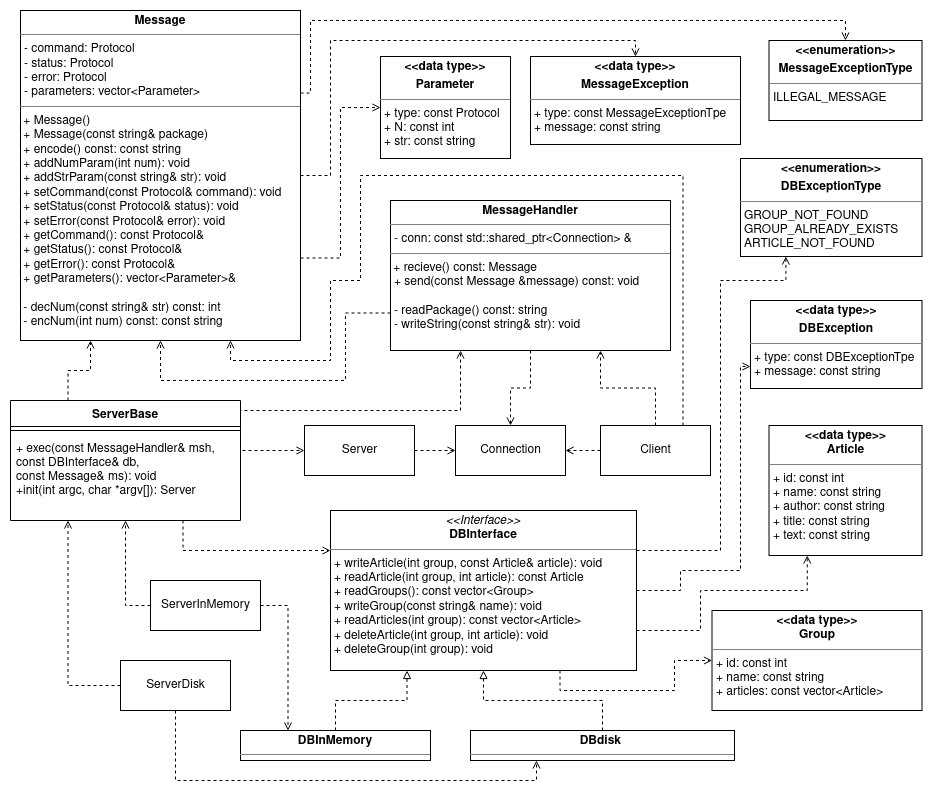
The draw.io diagram mu1664al-s/UMLCPP.png in mu1664al-s/EDAF50_CPPProject, before a commit. Source tidied: cells renumbered, new cells last; positions are measured from the earlier drawing's top-left corner, leaving out a move shared by most shapes.
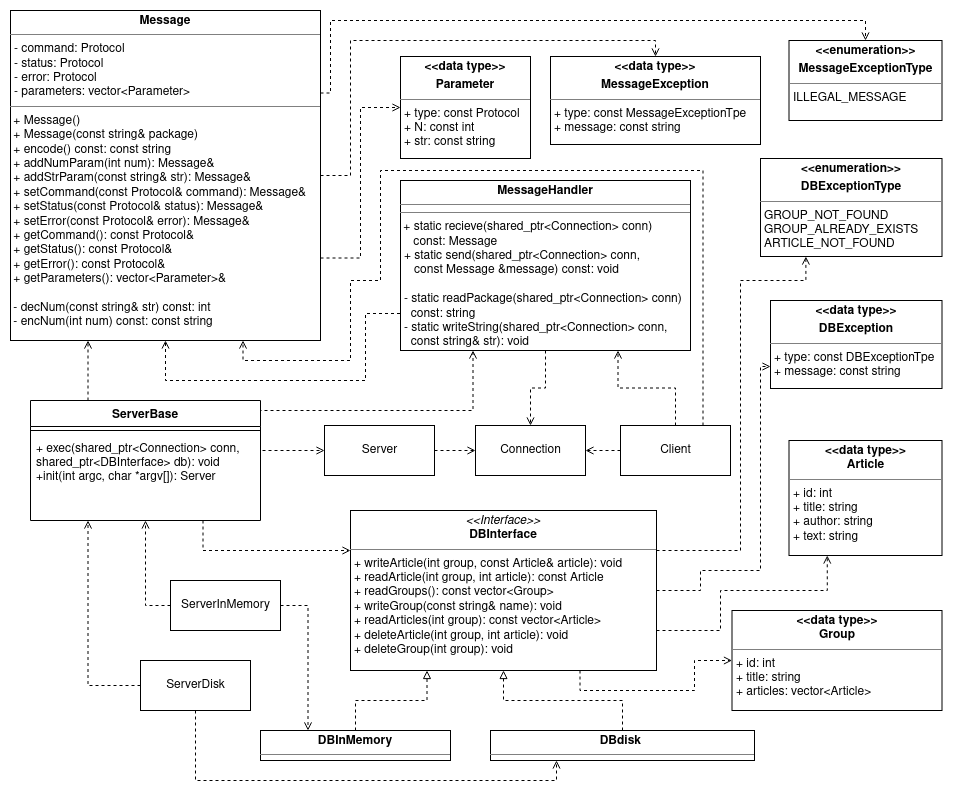
Later version of the same file.

Diff of the diagram source:
```diff
@@ -10,12 +10,12 @@
         <Array as="points">
           <mxPoint x="335" y="303" />
           <mxPoint x="335" y="370" />
-          <mxPoint x="150" y="370" />
+          <mxPoint x="135" y="370" />
         </Array>
       </mxGeometry>
     </mxCell>
-    <mxCell id="4" value="&lt;p style=&quot;margin: 0px ; margin-top: 4px ; text-align: center&quot;&gt;&lt;b&gt;MessageHandler&lt;/b&gt;&lt;/p&gt;&lt;hr size=&quot;1&quot;&gt;&lt;p style=&quot;margin: 0px ; margin-left: 4px&quot;&gt;- conn: const std::shared_ptr&amp;lt;Connection&amp;gt; &amp;amp;&lt;br&gt;&lt;/p&gt;&lt;hr size=&quot;1&quot;&gt;&amp;nbsp;+ recieve() const: Message&lt;p style=&quot;margin: 0px 0px 0px 4px&quot;&gt;+ send(const Message &amp;amp;message) const: void &lt;/p&gt;&lt;p style=&quot;margin: 0px 0px 0px 4px&quot;&gt;&lt;br&gt;&lt;/p&gt;&lt;p style=&quot;margin: 0px 0px 0px 4px&quot;&gt;- readPackage() const: string&lt;/p&gt;&lt;p style=&quot;margin: 0px 0px 0px 4px&quot;&gt;- writeString(const string&amp;amp; str): void&lt;br&gt;&lt;/p&gt;" style="verticalAlign=top;align=left;overflow=fill;fontSize=12;fontFamily=Helvetica;html=1;" parent="1" vertex="1">
-      <mxGeometry x="380" y="190" width="280" height="150" as="geometry" />
+    <mxCell id="4" value="&lt;p style=&quot;margin: 0px ; margin-top: 4px ; text-align: center&quot;&gt;&lt;b&gt;MessageHandler&lt;/b&gt;&lt;/p&gt;&lt;hr size=&quot;1&quot;&gt;&lt;hr size=&quot;1&quot;&gt;&lt;div&gt;&amp;nbsp;+ static recieve(shared_ptr&amp;lt;Connection&amp;gt; conn) &lt;br&gt;&lt;/div&gt;&lt;div&gt;&amp;nbsp;&amp;nbsp;&amp;nbsp; const: Message&lt;/div&gt;&lt;p style=&quot;margin: 0px 0px 0px 4px&quot;&gt;+ static send(shared_ptr&amp;lt;Connection&amp;gt; conn, &lt;br&gt;&lt;/p&gt;&lt;p style=&quot;margin: 0px 0px 0px 4px&quot;&gt;&amp;nbsp;&amp;nbsp; const Message &amp;amp;message) const: void &lt;/p&gt;&lt;p style=&quot;margin: 0px 0px 0px 4px&quot;&gt;&lt;br&gt;&lt;/p&gt;&lt;p style=&quot;margin: 0px 0px 0px 4px&quot;&gt;- static readPackage(shared_ptr&amp;lt;Connection&amp;gt; conn)&lt;/p&gt;&lt;p style=&quot;margin: 0px 0px 0px 4px&quot;&gt;&amp;nbsp; const: string&lt;/p&gt;&lt;p style=&quot;margin: 0px 0px 0px 4px&quot;&gt;- static writeString(shared_ptr&amp;lt;Connection&amp;gt; conn, &lt;br&gt;&lt;/p&gt;&lt;p style=&quot;margin: 0px 0px 0px 4px&quot;&gt;&amp;nbsp; const string&amp;amp; str): void&lt;br&gt;&lt;/p&gt;" style="verticalAlign=top;align=left;overflow=fill;fontSize=12;fontFamily=Helvetica;html=1;" parent="1" vertex="1">
+      <mxGeometry x="370" y="170" width="290" height="170" as="geometry" />
     </mxCell>
     <mxCell id="5" style="edgeStyle=orthogonalEdgeStyle;rounded=0;jettySize=auto;html=1;exitX=0.75;exitY=1;exitDx=0;exitDy=0;entryX=0;entryY=0.5;entryDx=0;entryDy=0;dashed=1;startArrow=none;startFill=0;endArrow=open;endFill=0;" parent="1" edge="1" source="9" target="42">
       <mxGeometry relative="1" as="geometry">
@@ -78,12 +78,12 @@
     <mxCell id="16" style="edgeStyle=orthogonalEdgeStyle;rounded=0;jettySize=auto;html=1;exitX=0.75;exitY=0;exitDx=0;exitDy=0;entryX=0.75;entryY=1;entryDx=0;entryDy=0;dashed=1;startArrow=none;startFill=0;endArrow=open;endFill=0;" parent="1" edge="1" source="17" target="37">
       <mxGeometry relative="1" as="geometry">
         <Array as="points">
-          <mxPoint x="673" y="165" />
-          <mxPoint x="350" y="165" />
+          <mxPoint x="673" y="160" />
+          <mxPoint x="350" y="160" />
           <mxPoint x="350" y="270" />
           <mxPoint x="320" y="270" />
           <mxPoint x="320" y="350" />
-          <mxPoint x="220" y="350" />
+          <mxPoint x="213" y="350" />
         </Array>
       </mxGeometry>
     </mxCell>
@@ -138,7 +138,7 @@
       <mxGeometry relative="1" as="geometry">
         <Array as="points">
           <mxPoint x="230" y="400" />
-          <mxPoint x="450" y="400" />
+          <mxPoint x="443" y="400" />
         </Array>
       </mxGeometry>
     </mxCell>
@@ -148,7 +148,7 @@
     <mxCell id="32" style="line;strokeWidth=1;fillColor=none;align=left;verticalAlign=middle;spacingTop=-1;spacingLeft=3;spacingRight=3;labelPosition=right;" parent="31" vertex="1">
       <mxGeometry y="26" width="230" height="8" as="geometry" />
     </mxCell>
-    <mxCell id="33" value="+ exec(const MessageHandler&amp; msh,&#10;const DBInterface&amp; db, &#10;const Message&amp; ms): void&#10;+init(int argc, char *argv[]): Server&#10;&#10;" style="text;strokeColor=none;fillColor=none;align=left;verticalAlign=top;spacingLeft=4;spacingRight=4;overflow=hidden;" parent="31" vertex="1">
+    <mxCell id="33" value="+ exec(shared_ptr&lt;Connection&gt; conn,&#10;shared_ptr&lt;DBInterface&gt; db): void&#10;+init(int argc, char *argv[]): Server&#10;&#10;" style="text;strokeColor=none;fillColor=none;align=left;verticalAlign=top;spacingLeft=4;spacingRight=4;overflow=hidden;" parent="31" vertex="1">
       <mxGeometry y="34" width="230" height="86" as="geometry" />
     </mxCell>
     <mxCell id="34" style="edgeStyle=orthogonalEdgeStyle;rounded=0;jettySize=auto;html=1;exitX=1;exitY=0.75;exitDx=0;exitDy=0;entryX=0;entryY=0.5;entryDx=0;entryDy=0;dashed=1;startArrow=none;startFill=0;endArrow=open;endFill=0;" parent="1" edge="1" source="37" target="38">
@@ -177,8 +177,8 @@
         </Array>
       </mxGeometry>
     </mxCell>
-    <mxCell id="37" value="&lt;p style=&quot;margin: 0px ; margin-top: 4px ; text-align: center&quot;&gt;&lt;b&gt;Message&lt;/b&gt;&lt;/p&gt;&lt;hr size=&quot;1&quot;&gt;&lt;p style=&quot;margin: 0px ; margin-left: 4px&quot;&gt;- command: Protocol&lt;/p&gt;&lt;p style=&quot;margin: 0px ; margin-left: 4px&quot;&gt;- status: Protocol&lt;/p&gt;&lt;p style=&quot;margin: 0px ; margin-left: 4px&quot;&gt;- error: Protocol&lt;/p&gt;&lt;p style=&quot;margin: 0px ; margin-left: 4px&quot;&gt;- parameters: vector&amp;lt;Parameter&amp;gt;&lt;br&gt;&lt;/p&gt;&lt;hr size=&quot;1&quot;&gt;&lt;div&gt;&amp;nbsp;+ Message()&lt;/div&gt;&lt;div&gt;&amp;nbsp;+ Message(const string&amp;amp; package)&lt;/div&gt;&lt;div&gt;&amp;nbsp;+ encode() const: const string&lt;/div&gt;&lt;div&gt;&amp;nbsp;+ addNumParam(int num): void&lt;/div&gt;&lt;div&gt;&amp;nbsp;+ addStrParam(const string&amp;amp; str): void&lt;/div&gt;&lt;div&gt;&amp;nbsp;+ setCommand(const Protocol&amp;amp; command): void&lt;/div&gt;&lt;div&gt;&amp;nbsp;+ setStatus(const Protocol&amp;amp; status): void&lt;/div&gt;&lt;div&gt;&amp;nbsp;+ setError(const Protocol&amp;amp; error): void&lt;/div&gt;&lt;div&gt;&amp;nbsp;+ getCommand(): const Protocol&amp;amp;&lt;/div&gt;&lt;div&gt;&amp;nbsp;+ getStatus(): const Protocol&amp;amp;&lt;/div&gt;&lt;div&gt;&amp;nbsp;+ getError(): const Protocol&amp;amp;&lt;/div&gt;&lt;div&gt;&amp;nbsp;+ getParameters(): vector&amp;lt;Parameter&amp;gt;&amp;amp;&lt;/div&gt;&lt;div&gt;&lt;br&gt;&lt;/div&gt;&lt;div&gt;&amp;nbsp;- decNum(const string&amp;amp; str) const: int&lt;/div&gt;&lt;div&gt;&amp;nbsp;- encNum(int num) const: const string&lt;br&gt;&lt;/div&gt;" style="verticalAlign=top;align=left;overflow=fill;fontSize=12;fontFamily=Helvetica;html=1;" parent="1" vertex="1">
-      <mxGeometry x="10" width="280" height="330" as="geometry" />
+    <mxCell id="37" value="&lt;p style=&quot;margin: 0px ; margin-top: 4px ; text-align: center&quot;&gt;&lt;b&gt;Message&lt;/b&gt;&lt;/p&gt;&lt;hr size=&quot;1&quot;&gt;&lt;p style=&quot;margin: 0px ; margin-left: 4px&quot;&gt;- command: Protocol&lt;/p&gt;&lt;p style=&quot;margin: 0px ; margin-left: 4px&quot;&gt;- status: Protocol&lt;/p&gt;&lt;p style=&quot;margin: 0px ; margin-left: 4px&quot;&gt;- error: Protocol&lt;/p&gt;&lt;p style=&quot;margin: 0px ; margin-left: 4px&quot;&gt;- parameters: vector&amp;lt;Parameter&amp;gt;&lt;br&gt;&lt;/p&gt;&lt;hr size=&quot;1&quot;&gt;&lt;div&gt;&amp;nbsp;+ Message()&lt;/div&gt;&lt;div&gt;&amp;nbsp;+ Message(const string&amp;amp; package)&lt;/div&gt;&lt;div&gt;&amp;nbsp;+ encode() const: const string&lt;/div&gt;&lt;div&gt;&amp;nbsp;+ addNumParam(int num): Message&amp;amp;&lt;/div&gt;&lt;div&gt;&amp;nbsp;+ addStrParam(const string&amp;amp; str): Message&amp;amp;&lt;/div&gt;&lt;div&gt;&amp;nbsp;+ setCommand(const Protocol&amp;amp; command): Message&amp;amp;&lt;/div&gt;&lt;div&gt;&amp;nbsp;+ setStatus(const Protocol&amp;amp; status): Message&amp;amp;&lt;/div&gt;&lt;div&gt;&amp;nbsp;+ setError(const Protocol&amp;amp; error): Message&amp;amp;&lt;/div&gt;&lt;div&gt;&amp;nbsp;+ getCommand(): const Protocol&amp;amp;&lt;/div&gt;&lt;div&gt;&amp;nbsp;+ getStatus(): const Protocol&amp;amp;&lt;/div&gt;&lt;div&gt;&amp;nbsp;+ getError(): const Protocol&amp;amp;&lt;/div&gt;&lt;div&gt;&amp;nbsp;+ getParameters(): vector&amp;lt;Parameter&amp;gt;&amp;amp;&lt;/div&gt;&lt;div&gt;&lt;br&gt;&lt;/div&gt;&lt;div&gt;&amp;nbsp;- decNum(const string&amp;amp; str) const: int&lt;/div&gt;&lt;div&gt;&amp;nbsp;- encNum(int num) const: const string&lt;br&gt;&lt;/div&gt;" style="verticalAlign=top;align=left;overflow=fill;fontSize=12;fontFamily=Helvetica;html=1;" parent="1" vertex="1">
+      <mxGeometry x="-20" width="310" height="330" as="geometry" />
     </mxCell>
     <mxCell id="38" value="&lt;p style=&quot;margin: 0px ; margin-top: 4px ; text-align: center&quot;&gt;&lt;b&gt;&amp;lt;&amp;lt;data type&amp;gt;&amp;gt;&lt;br&gt;&lt;/b&gt;&lt;/p&gt;&lt;p style=&quot;margin: 0px ; margin-top: 4px ; text-align: center&quot;&gt;&lt;b&gt;Parameter&lt;/b&gt;&lt;/p&gt;&lt;hr size=&quot;1&quot;&gt;&lt;p style=&quot;margin: 0px ; margin-left: 4px&quot;&gt;+ type: const Protocol&lt;/p&gt;&lt;p style=&quot;margin: 0px ; margin-left: 4px&quot;&gt;+ N: const int&lt;/p&gt;&lt;p style=&quot;margin: 0px ; margin-left: 4px&quot;&gt;+ str: const string&lt;br&gt;&lt;/p&gt;&lt;p style=&quot;margin: 0px ; margin-left: 4px&quot;&gt;&lt;br&gt;&lt;/p&gt;&lt;hr size=&quot;1&quot;&gt;" style="verticalAlign=top;align=left;overflow=fill;fontSize=12;fontFamily=Helvetica;html=1;" parent="1" vertex="1">
       <mxGeometry x="370" y="46" width="130" height="102" as="geometry" />
@@ -189,10 +189,10 @@
     <mxCell id="40" value="&lt;p style=&quot;margin: 0px ; margin-top: 4px ; text-align: center&quot;&gt;&lt;b&gt;&amp;lt;&amp;lt;data type&amp;gt;&amp;gt;&lt;br&gt;&lt;/b&gt;&lt;/p&gt;&lt;p style=&quot;margin: 0px ; margin-top: 4px ; text-align: center&quot;&gt;&lt;b&gt;DBException&lt;/b&gt;&lt;br&gt;&lt;/p&gt;&lt;hr size=&quot;1&quot;&gt;&lt;p style=&quot;margin: 0px ; margin-left: 4px&quot;&gt;+ type: const DBExceptionTpe&lt;/p&gt;&lt;p style=&quot;margin: 0px ; margin-left: 4px&quot;&gt;+ message: const string&lt;br&gt;&lt;/p&gt;&lt;p style=&quot;margin: 0px ; margin-left: 4px&quot;&gt;&lt;br&gt;&lt;/p&gt;&lt;hr size=&quot;1&quot;&gt;" style="verticalAlign=top;align=left;overflow=fill;fontSize=12;fontFamily=Helvetica;html=1;" parent="1" vertex="1">
       <mxGeometry x="740" y="290" width="171.5" height="88" as="geometry" />
     </mxCell>
-    <mxCell id="41" value="&lt;p style=&quot;margin: 0px ; margin-top: 4px ; text-align: center&quot;&gt;&lt;b&gt;&amp;lt;&amp;lt;data type&amp;gt;&amp;gt;&lt;br&gt;Article&lt;br&gt;&lt;/b&gt;&lt;/p&gt;&lt;hr size=&quot;1&quot;&gt;&lt;p style=&quot;margin: 0px ; margin-left: 4px&quot;&gt;+ id: const int&lt;/p&gt;&lt;p style=&quot;margin: 0px ; margin-left: 4px&quot;&gt;+ name: const string&lt;br&gt;&lt;/p&gt;&lt;p style=&quot;margin: 0px ; margin-left: 4px&quot;&gt;+ author: const string&lt;/p&gt;&lt;p style=&quot;margin: 0px ; margin-left: 4px&quot;&gt;+ title: const string&lt;/p&gt;&lt;p style=&quot;margin: 0px ; margin-left: 4px&quot;&gt;+ text: const string&lt;/p&gt;&lt;p style=&quot;margin: 0px ; margin-left: 4px&quot;&gt;&lt;br&gt;&lt;/p&gt;&lt;hr size=&quot;1&quot;&gt;" style="verticalAlign=top;align=left;overflow=fill;fontSize=12;fontFamily=Helvetica;html=1;" parent="1" vertex="1">
-      <mxGeometry x="758.5" y="415" width="153" height="130" as="geometry" />
+    <mxCell id="41" value="&lt;p style=&quot;margin: 0px ; margin-top: 4px ; text-align: center&quot;&gt;&lt;b&gt;&amp;lt;&amp;lt;data type&amp;gt;&amp;gt;&lt;br&gt;Article&lt;br&gt;&lt;/b&gt;&lt;/p&gt;&lt;hr size=&quot;1&quot;&gt;&lt;p style=&quot;margin: 0px ; margin-left: 4px&quot;&gt;+ id: int&lt;/p&gt;&lt;p style=&quot;margin: 0px ; margin-left: 4px&quot;&gt;+ title: string&lt;/p&gt;&lt;p style=&quot;margin: 0px ; margin-left: 4px&quot;&gt;+ author: string&lt;/p&gt;&lt;p style=&quot;margin: 0px ; margin-left: 4px&quot;&gt;+ text: string&lt;/p&gt;&lt;p style=&quot;margin: 0px ; margin-left: 4px&quot;&gt;&lt;br&gt;&lt;/p&gt;&lt;hr size=&quot;1&quot;&gt;" style="verticalAlign=top;align=left;overflow=fill;fontSize=12;fontFamily=Helvetica;html=1;" parent="1" vertex="1">
+      <mxGeometry x="758.5" y="430" width="153" height="115" as="geometry" />
     </mxCell>
-    <mxCell id="42" value="&lt;p style=&quot;margin: 0px ; margin-top: 4px ; text-align: center&quot;&gt;&lt;b&gt;&amp;lt;&amp;lt;data type&amp;gt;&amp;gt;&lt;br&gt;Group&lt;br&gt;&lt;/b&gt;&lt;/p&gt;&lt;hr size=&quot;1&quot;&gt;&lt;p style=&quot;margin: 0px ; margin-left: 4px&quot;&gt;+ id: const int&lt;/p&gt;&lt;p style=&quot;margin: 0px ; margin-left: 4px&quot;&gt;+ name: const string&lt;br&gt;&lt;/p&gt;&lt;p style=&quot;margin: 0px ; margin-left: 4px&quot;&gt;+ articles: const vector&amp;lt;Article&amp;gt;&lt;br&gt;&lt;/p&gt;&lt;p style=&quot;margin: 0px ; margin-left: 4px&quot;&gt;&lt;br&gt;&lt;/p&gt;&lt;hr size=&quot;1&quot;&gt;" style="verticalAlign=top;align=left;overflow=fill;fontSize=12;fontFamily=Helvetica;html=1;" parent="1" vertex="1">
+    <mxCell id="42" value="&lt;p style=&quot;margin: 0px ; margin-top: 4px ; text-align: center&quot;&gt;&lt;b&gt;&amp;lt;&amp;lt;data type&amp;gt;&amp;gt;&lt;br&gt;Group&lt;br&gt;&lt;/b&gt;&lt;/p&gt;&lt;hr size=&quot;1&quot;&gt;&lt;p style=&quot;margin: 0px ; margin-left: 4px&quot;&gt;+ id: int&lt;/p&gt;&lt;p style=&quot;margin: 0px ; margin-left: 4px&quot;&gt;+ title: string&lt;br&gt;&lt;/p&gt;&lt;p style=&quot;margin: 0px ; margin-left: 4px&quot;&gt;+ articles: vector&amp;lt;Article&amp;gt;&lt;br&gt;&lt;/p&gt;&lt;p style=&quot;margin: 0px ; margin-left: 4px&quot;&gt;&lt;br&gt;&lt;/p&gt;&lt;hr size=&quot;1&quot;&gt;" style="verticalAlign=top;align=left;overflow=fill;fontSize=12;fontFamily=Helvetica;html=1;" parent="1" vertex="1">
       <mxGeometry x="701.5" y="600" width="210" height="100" as="geometry" />
     </mxCell>
     <mxCell id="43" value="&lt;p style=&quot;margin: 0px ; margin-top: 4px ; text-align: center&quot;&gt;&lt;b&gt;&amp;lt;&amp;lt;enumeration&amp;gt;&amp;gt;&lt;br&gt;&lt;/b&gt;&lt;/p&gt;&lt;p style=&quot;margin: 0px ; margin-top: 4px ; text-align: center&quot;&gt;&lt;b&gt;MessageExceptionType&lt;/b&gt;&lt;br&gt;&lt;/p&gt;&lt;hr size=&quot;1&quot;&gt;&lt;p style=&quot;margin: 0px ; margin-left: 4px&quot;&gt;ILLEGAL_MESSAGE&lt;br&gt;&lt;/p&gt;&lt;p style=&quot;margin: 0px ; margin-left: 4px&quot;&gt;&lt;br&gt;&lt;/p&gt;&lt;p style=&quot;margin: 0px ; margin-left: 4px&quot;&gt;&lt;br&gt;&lt;/p&gt;&lt;hr size=&quot;1&quot;&gt;" style="verticalAlign=top;align=left;overflow=fill;fontSize=12;fontFamily=Helvetica;html=1;" parent="1" vertex="1">
```
